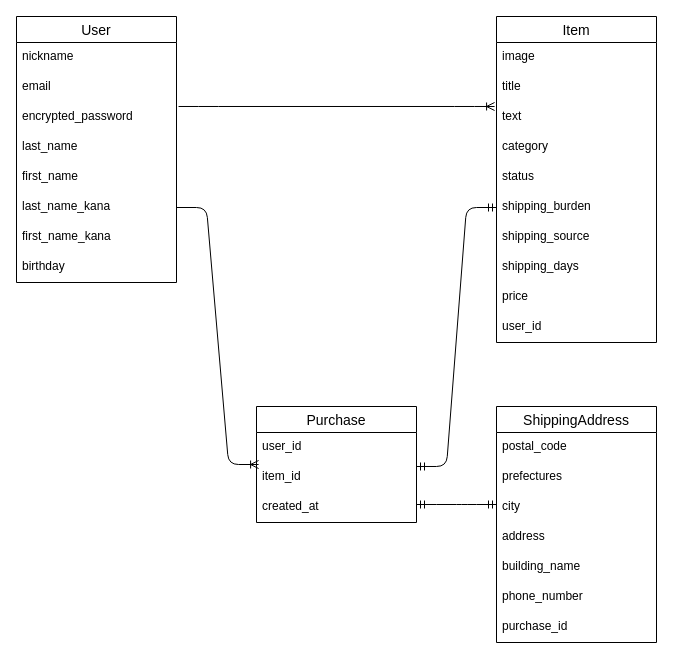
This is furima.dio from jun2035/furima-31732, a draw.io file, before an edit. Source tidied: cells renumbered, new cells numbered last; positions are measured from the earlier drawing's top-left corner, leaving out a move shared by most shapes. Both pictures are drawn from the tidied source at 100%, with x=0, y=0 at pixel (16, 16).
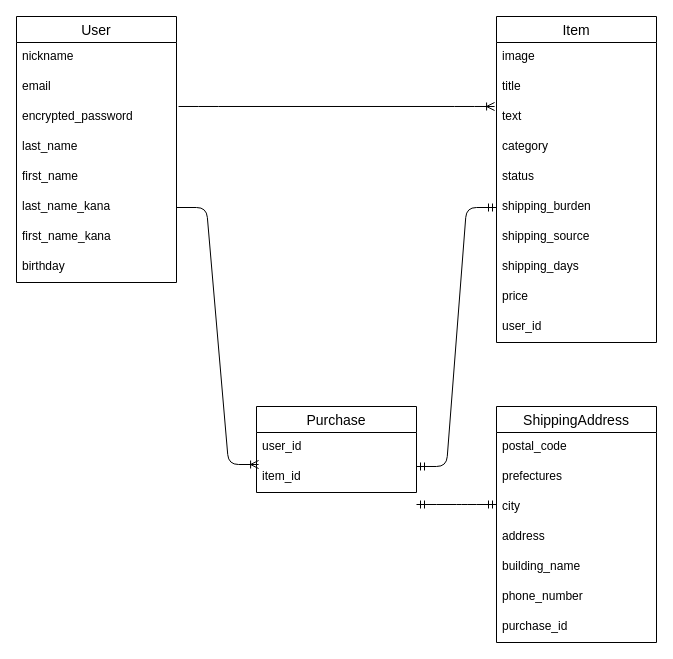
After the change.

Commit message (it also covers changes not shown here):
【修正5】ER図とREADMEの作成

What changed in the source:
```diff
@@
     <mxCell id="25" value="Purchase" style="swimlane;fontStyle=0;horizontal=1;startSize=26;align=center;fontSize=14;" parent="1" vertex="1">
-      <mxGeometry x="240" y="390" width="160" height="116" as="geometry" />
+      <mxGeometry x="240" y="390" width="160" height="86" as="geometry" />
     </mxCell>
@@
-    <mxCell id="28" value="created_at" style="text;strokeColor=none;fillColor=none;spacingLeft=4;spacingRight=4;overflow=hidden;fontSize=12;" parent="25" vertex="1">
-      <mxGeometry y="86" width="160" height="30" as="geometry" />
-    </mxCell>
```
